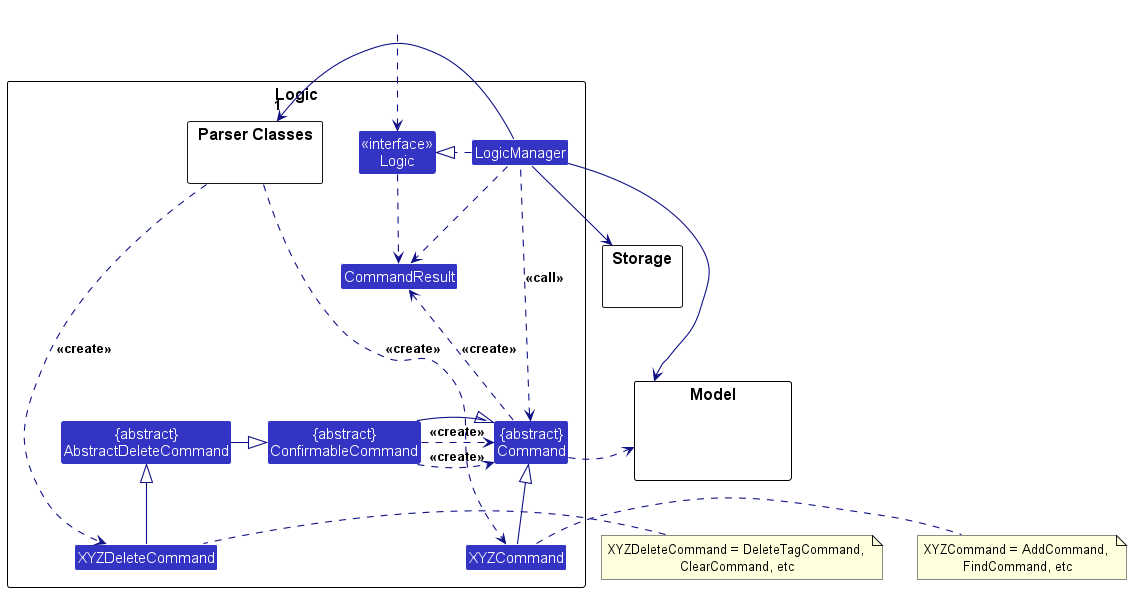
Earlier version of the PlantUML export docs/images/LogicClassDiagram.png (leeweiming3/tp).
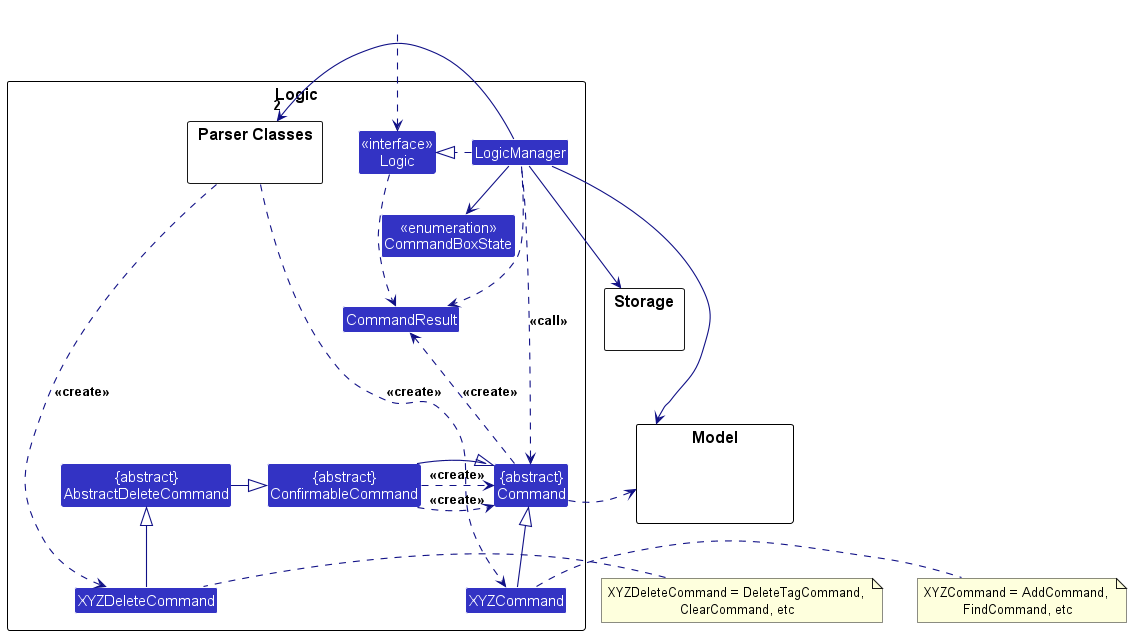
After the change.

Diff of the diagram source:
```diff
@@ -14,6 +14,7 @@
 Class "{abstract}\nConfirmableCommand" as ConfirmableCommand
 Class "{abstract}\nAbstractDeleteCommand" as ADCommand
 Class XYZDeleteCommand
+Enum "<<enumeration>>\nCommandBoxState" as CommandBoxState
 
 Class "<<interface>>\nLogic" as Logic
 Class LogicManager
@@ -30,7 +31,7 @@
 HiddenOutside ..> Logic
 
 LogicManager .right.|> Logic
-LogicManager -left->"1" ParserClasses
+LogicManager -left->"2" ParserClasses
 ParserClasses ..> XYZCommand : <<create>>
 ParserClasses ..>XYZDeleteCommand : <<create>>
 
@@ -39,6 +40,8 @@
 
 LogicManager --> Model
 LogicManager --> Storage
+CommandBoxState -right[hidden]->CommandResult
+LogicManager -> CommandBoxState
 Storage --[hidden] Model
 Command .[hidden]up.> Storage
 Command .right.> Model
```
